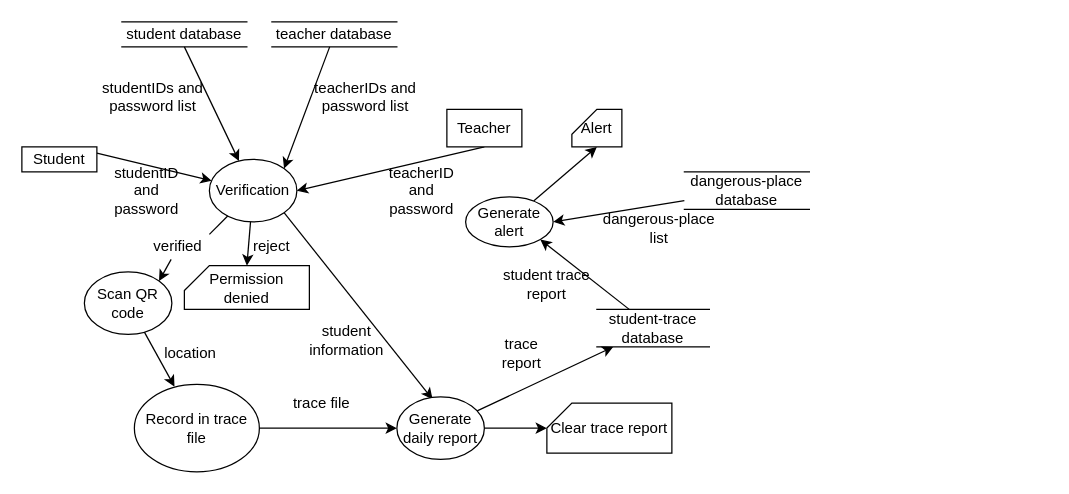
The draw.io diagram csci3100asmt2Q1-2.drawio in wkng0/Hello-World-Github, before the edit. Source tidied: cells renumbered, new cells numbered last; positions are measured from the earlier drawing's top-left corner, leaving out a move shared by most shapes. Both pictures are drawn from the tidied source at 125%, with x=0, y=0 at pixel (21, 21).
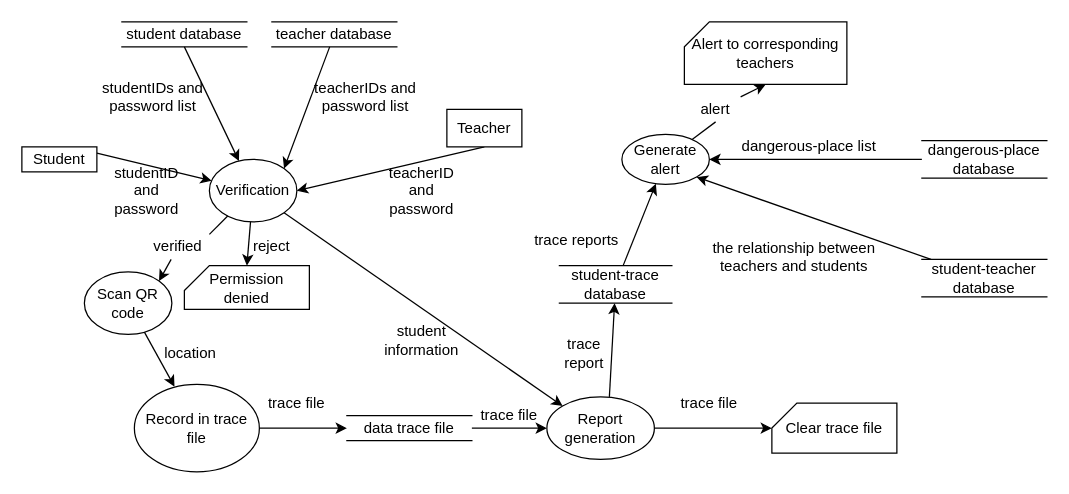
Above is the later version.

Unchanged cells that the change refers to:
```xml
<mxCell id="9" value="Verification" style="ellipse;whiteSpace=wrap;html=1;" parent="1" vertex="1">
  <mxGeometry x="150" y="110" width="70" height="50" as="geometry" />
</mxCell>
<mxCell id="27" value="Record in trace file" style="ellipse;whiteSpace=wrap;html=1;" parent="1" vertex="1">
  <mxGeometry x="90" y="290" width="100" height="70" as="geometry" />
</mxCell>
```

Change to the diagram source:
```diff
@@
-    <mxCell id="8" style="edgeStyle=none;rounded=0;jettySize=auto;html=1;exitX=1;exitY=1;exitDx=0;exitDy=0;entryX=0.408;entryY=0.038;entryDx=0;entryDy=0;entryPerimeter=0;" parent="1" edge="1" source="9" target="30">
+    <mxCell id="8" style="edgeStyle=none;rounded=0;jettySize=auto;html=1;exitX=1;exitY=1;exitDx=0;exitDy=0;entryX=0;entryY=0;entryDx=0;entryDy=0;" parent="1" edge="1" source="9" target="48">
       <mxGeometry relative="1" as="geometry" />
     </mxCell>
@@
-    <mxCell id="23" style="edgeStyle=none;rounded=0;jettySize=auto;html=1;entryX=1;entryY=1;entryDx=0;entryDy=0;" parent="1" edge="1" source="24" target="35">
+    <mxCell id="23" style="edgeStyle=none;rounded=0;jettySize=auto;html=1;" parent="1" edge="1" source="24" target="35">
       <mxGeometry relative="1" as="geometry" />
     </mxCell>
     <mxCell id="24" value="student-trace database" style="shape=partialRectangle;whiteSpace=wrap;html=1;left=0;right=0;fillColor=none;" parent="1" vertex="1">
-      <mxGeometry x="460" y="230" width="90" height="30" as="geometry" />
+      <mxGeometry x="430" y="195" width="90" height="30" as="geometry" />
     </mxCell>
     <mxCell id="25" value="student information" style="text;html=1;strokeColor=none;fillColor=none;align=center;verticalAlign=middle;whiteSpace=wrap;rounded=0;" parent="1" vertex="1">
-      <mxGeometry x="230" y="240" width="60" height="30" as="geometry" />
+      <mxGeometry x="290" y="240" width="60" height="30" as="geometry" />
     </mxCell>
-    <mxCell id="26" style="edgeStyle=none;rounded=0;jettySize=auto;html=1;" parent="1" edge="1" source="27" target="30">
+    <mxCell id="26" style="edgeStyle=none;rounded=0;jettySize=auto;html=1;entryX=0;entryY=0.5;entryDx=0;entryDy=0;" parent="1" edge="1" source="27" target="46">
       <mxGeometry relative="1" as="geometry" />
     </mxCell>
@@
-    <mxCell id="28" style="edgeStyle=none;rounded=0;jettySize=auto;html=1;" parent="1" edge="1" source="30" target="24">
-      <mxGeometry relative="1" as="geometry" />
+    <mxCell id="28" style="edgeStyle=none;rounded=0;jettySize=auto;html=1;" parent="1" edge="1" target="24">
+      <mxGeometry relative="1" as="geometry">
+        <mxPoint x="470" y="300" as="sourcePoint" />
+      </mxGeometry>
     </mxCell>
-    <mxCell id="29" style="edgeStyle=none;rounded=0;jettySize=auto;html=1;" parent="1" edge="1" source="30">
-      <mxGeometry relative="1" as="geometry">
-        <mxPoint x="420" y="325" as="targetPoint" />
-      </mxGeometry>
-    </mxCell>
-    <mxCell id="30" value="Generate daily report" style="ellipse;whiteSpace=wrap;html=1;" parent="1" vertex="1">
-      <mxGeometry x="300" y="300" width="70" height="50" as="geometry" />
-    </mxCell>
     <mxCell id="31" value="trace file" style="text;html=1;strokeColor=none;fillColor=none;align=center;verticalAlign=middle;whiteSpace=wrap;rounded=0;" parent="1" vertex="1">
-      <mxGeometry x="210" y="290" width="60" height="30" as="geometry" />
+      <mxGeometry x="190" y="290" width="60" height="30" as="geometry" />
     </mxCell>
     <mxCell id="32" value="trace report" style="text;html=1;strokeColor=none;fillColor=none;align=center;verticalAlign=middle;whiteSpace=wrap;rounded=0;" parent="1" vertex="1">
-      <mxGeometry x="370" y="250" width="60" height="30" as="geometry" />
+      <mxGeometry x="420" y="250" width="60" height="30" as="geometry" />
     </mxCell>
-    <mxCell id="33" value="Clear trace report" style="shape=card;whiteSpace=wrap;html=1;size=20;" parent="1" vertex="1">
-      <mxGeometry x="420" y="305" width="100" height="40" as="geometry" />
+    <mxCell id="33" value="Clear trace file" style="shape=card;whiteSpace=wrap;html=1;size=20;" parent="1" vertex="1">
+      <mxGeometry x="600" y="305" width="100" height="40" as="geometry" />
     </mxCell>
-    <mxCell id="34" style="edgeStyle=none;rounded=0;jettySize=auto;html=1;entryX=0.5;entryY=1;entryDx=0;entryDy=0;entryPerimeter=0;" parent="1" edge="1" source="35" target="40">
+    <mxCell id="34" style="edgeStyle=none;rounded=0;jettySize=auto;html=1;entryX=0.5;entryY=1;entryDx=0;entryDy=0;entryPerimeter=0;startArrow=none;" parent="1" edge="1" source="43" target="40">
       <mxGeometry relative="1" as="geometry" />
     </mxCell>
     <mxCell id="35" value="Generate alert" style="ellipse;whiteSpace=wrap;html=1;" parent="1" vertex="1">
-      <mxGeometry x="355" y="140" width="70" height="40" as="geometry" />
+      <mxGeometry x="480" y="90" width="70" height="40" as="geometry" />
     </mxCell>
@@
     <mxCell id="37" value="dangerous-place database" style="shape=partialRectangle;whiteSpace=wrap;html=1;left=0;right=0;fillColor=none;" parent="1" vertex="1">
-      <mxGeometry x="530" y="120" width="100" height="30" as="geometry" />
+      <mxGeometry x="720" y="95" width="100" height="30" as="geometry" />
     </mxCell>
     <mxCell id="38" value="dangerous-place list" style="text;html=1;strokeColor=none;fillColor=none;align=center;verticalAlign=middle;whiteSpace=wrap;rounded=0;" parent="1" vertex="1">
-      <mxGeometry x="460" y="150" width="100" height="30" as="geometry" />
+      <mxGeometry x="570" y="90" width="120" height="20" as="geometry" />
     </mxCell>
-    <mxCell id="39" value="student trace report" style="text;html=1;strokeColor=none;fillColor=none;align=center;verticalAlign=middle;whiteSpace=wrap;rounded=0;" parent="1" vertex="1">
-      <mxGeometry x="370" y="195" width="100" height="30" as="geometry" />
+    <mxCell id="39" value="trace reports" style="text;html=1;strokeColor=none;fillColor=none;align=center;verticalAlign=middle;whiteSpace=wrap;rounded=0;" parent="1" vertex="1">
+      <mxGeometry x="394" y="160" width="100" height="30" as="geometry" />
     </mxCell>
-    <mxCell id="40" value="Alert" style="shape=card;whiteSpace=wrap;html=1;size=20;" parent="1" vertex="1">
-      <mxGeometry x="440" y="70" width="40" height="30" as="geometry" />
+    <mxCell id="40" value="Alert to corresponding teachers" style="shape=card;whiteSpace=wrap;html=1;size=20;" parent="1" vertex="1">
+      <mxGeometry x="530" width="130" height="50" as="geometry" />
     </mxCell>
@@
+    <mxCell id="43" value="alert" style="text;html=1;strokeColor=none;fillColor=none;align=center;verticalAlign=middle;whiteSpace=wrap;rounded=0;" parent="1" vertex="1">
+      <mxGeometry x="530" y="60" width="50" height="20" as="geometry" />
+    </mxCell>
+    <mxCell id="44" style="edgeStyle=none;rounded=0;jettySize=auto;html=1;entryX=0.5;entryY=1;entryDx=0;entryDy=0;entryPerimeter=0;endArrow=none;" parent="1" edge="1" source="35" target="43">
+      <mxGeometry relative="1" as="geometry" />
+    </mxCell>
+    <mxCell id="45" style="edgeStyle=orthogonalEdgeStyle;rounded=0;jettySize=auto;html=1;entryX=0;entryY=0.5;entryDx=0;entryDy=0;" parent="1" edge="1" source="46" target="48">
+      <mxGeometry relative="1" as="geometry" />
+    </mxCell>
+    <mxCell id="46" value="data trace file" style="shape=partialRectangle;whiteSpace=wrap;html=1;left=0;right=0;fillColor=none;" parent="1" vertex="1">
+      <mxGeometry x="260" y="315" width="100" height="20" as="geometry" />
+    </mxCell>
+    <mxCell id="47" style="edgeStyle=orthogonalEdgeStyle;rounded=0;jettySize=auto;html=1;entryX=0;entryY=0;entryDx=0;entryDy=20;entryPerimeter=0;" parent="1" edge="1" source="48" target="33">
+      <mxGeometry relative="1" as="geometry" />
+    </mxCell>
+    <mxCell id="48" value="Report generation" style="ellipse;whiteSpace=wrap;html=1;" parent="1" vertex="1">
+      <mxGeometry x="420" y="300" width="86" height="50" as="geometry" />
+    </mxCell>
+    <mxCell id="49" value="trace file" style="text;html=1;strokeColor=none;fillColor=none;align=center;verticalAlign=middle;whiteSpace=wrap;rounded=0;" parent="1" vertex="1">
+      <mxGeometry x="360" y="300" width="60" height="30" as="geometry" />
+    </mxCell>
+    <mxCell id="50" value="trace file" style="text;html=1;strokeColor=none;fillColor=none;align=center;verticalAlign=middle;whiteSpace=wrap;rounded=0;" parent="1" vertex="1">
+      <mxGeometry x="520" y="290" width="60" height="30" as="geometry" />
+    </mxCell>
+    <mxCell id="51" style="rounded=0;jettySize=auto;html=1;entryX=1;entryY=1;entryDx=0;entryDy=0;" parent="1" edge="1" source="52" target="35">
+      <mxGeometry relative="1" as="geometry" />
+    </mxCell>
+    <mxCell id="52" value="student-teacher database" style="shape=partialRectangle;whiteSpace=wrap;html=1;left=0;right=0;fillColor=none;" parent="1" vertex="1">
+      <mxGeometry x="720" y="190" width="100" height="30" as="geometry" />
+    </mxCell>
+    <mxCell id="53" value="the relationship between teachers and students" style="text;html=1;strokeColor=none;fillColor=none;align=center;verticalAlign=middle;whiteSpace=wrap;rounded=0;" parent="1" vertex="1">
+      <mxGeometry x="550" y="170" width="136" height="35" as="geometry" />
+    </mxCell>
```
